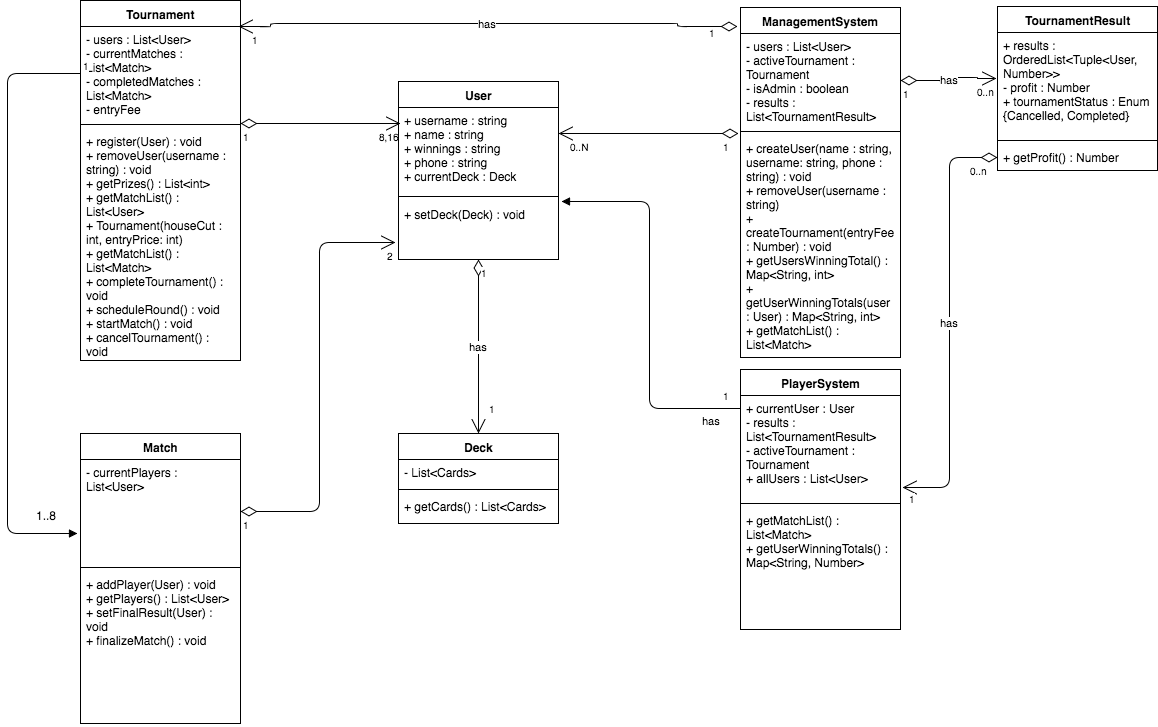
Above: GroupProject/Docs/images/UML_class_diagram.png in ethanchu/Android-App-for-E-gaming-Tournaments-Management-System (draw.io), before the change. Source tidied: cells renumbered, new cells last; positions are measured from the earlier drawing's top-left corner, leaving out a move shared by most shapes.
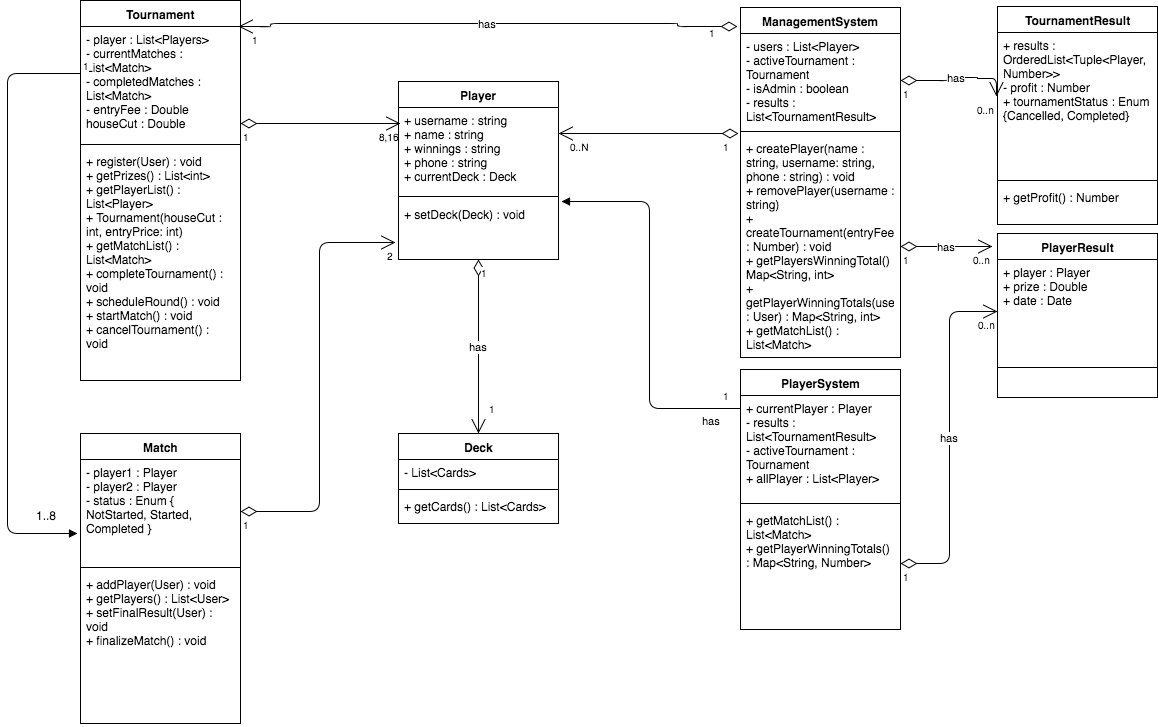
The same file after the commit.

Commit message:
Update class diagram

Diff of the diagram source:
```diff
@@ -2,7 +2,7 @@
   <root>
     <mxCell id="0" style="html=1;" />
     <mxCell id="1" style="html=1;" parent="0" />
-    <mxCell id="2" value="User" style="swimlane;html=1;fontStyle=1;align=center;verticalAlign=top;horizontal=1;startSize=26;swimlaneFillColor=#ffffff;" parent="1" vertex="1">
+    <mxCell id="2" value="Player" style="swimlane;html=1;fontStyle=1;align=center;verticalAlign=top;horizontal=1;startSize=26;swimlaneFillColor=#ffffff;" parent="1" vertex="1">
       <mxGeometry x="391" y="81" width="160" height="178" as="geometry" />
     </mxCell>
     <mxCell id="3" value="+ username : string&lt;div&gt;+ name : string&lt;/div&gt;&lt;div&gt;+ winnings : string&lt;/div&gt;&lt;div&gt;+ phone : string&lt;/div&gt;&lt;div&gt;+ currentDeck : Deck&lt;/div&gt;" style="text;html=1;strokeColor=none;fillColor=none;align=left;verticalAlign=top;spacingLeft=4;spacingRight=4;whiteSpace=wrap;overflow=hidden;" parent="2" vertex="1">
@@ -15,16 +15,16 @@
       <mxGeometry y="120" width="160" height="58" as="geometry" />
     </mxCell>
     <mxCell id="6" value="Tournament" style="swimlane;html=1;fontStyle=1;align=center;verticalAlign=top;horizontal=1;startSize=26;swimlaneFillColor=#ffffff;" parent="1" vertex="1">
-      <mxGeometry x="73" width="160" height="360" as="geometry" />
+      <mxGeometry x="73" width="160" height="380" as="geometry" />
     </mxCell>
-    <mxCell id="7" value="&lt;div&gt;- users : List&amp;lt;User&amp;gt;&lt;/div&gt;&lt;div&gt;- currentMatches : List&amp;lt;Match&amp;gt;&lt;/div&gt;&lt;div&gt;- completedMatches : List&amp;lt;Match&amp;gt;&lt;/div&gt;&lt;div&gt;- entryFee&lt;/div&gt;" style="text;html=1;strokeColor=none;fillColor=none;align=left;verticalAlign=top;spacingLeft=4;spacingRight=4;whiteSpace=wrap;overflow=hidden;points=[[0,0.5],[1,0.5]];portConstraint=eastwest;" parent="6" vertex="1">
-      <mxGeometry y="26" width="160" height="94" as="geometry" />
+    <mxCell id="7" value="&lt;div&gt;- player : List&amp;lt;Players&amp;gt;&lt;/div&gt;&lt;div&gt;- currentMatches : List&amp;lt;Match&amp;gt;&lt;/div&gt;&lt;div&gt;- completedMatches : List&amp;lt;Match&amp;gt;&lt;/div&gt;&lt;div&gt;- entryFee : Double&lt;/div&gt;&lt;div&gt;houseCut : Double&lt;/div&gt;" style="text;html=1;strokeColor=none;fillColor=none;align=left;verticalAlign=top;spacingLeft=4;spacingRight=4;whiteSpace=wrap;overflow=hidden;points=[[0,0.5],[1,0.5]];portConstraint=eastwest;" parent="6" vertex="1">
+      <mxGeometry y="26" width="160" height="114" as="geometry" />
     </mxCell>
     <mxCell id="8" style="line;html=1;strokeWidth=1;fillColor=none;align=left;verticalAlign=middle;spacingTop=-1;spacingLeft=3;spacingRight=3;labelPosition=right;" parent="6" vertex="1">
-      <mxGeometry y="120" width="160" height="8" as="geometry" />
+      <mxGeometry y="140" width="160" height="8" as="geometry" />
     </mxCell>
-    <mxCell id="9" value="+ register(User) : void&lt;div&gt;+ removeUser(username : string) : void&lt;br&gt;&lt;div&gt;+ getPrizes() : List&amp;lt;int&amp;gt;&lt;/div&gt;&lt;div&gt;+ getMatchList() : List&amp;lt;User&amp;gt;&lt;/div&gt;&lt;div&gt;+ Tournament(houseCut : int, entryPrice: int)&lt;/div&gt;&lt;div&gt;+ getMatchList() : List&amp;lt;Match&amp;gt;&lt;/div&gt;&lt;div&gt;+ completeTournament() : void&lt;/div&gt;&lt;/div&gt;&lt;div&gt;+ scheduleRound() : void&lt;/div&gt;&lt;div&gt;&lt;div&gt;+ startMatch() : void&lt;/div&gt;&lt;/div&gt;&lt;div&gt;+ cancelTournament() : void&lt;/div&gt;&lt;div&gt;&lt;br&gt;&lt;/div&gt;" style="text;html=1;strokeColor=none;fillColor=none;align=left;verticalAlign=top;spacingLeft=4;spacingRight=4;whiteSpace=wrap;overflow=hidden;" parent="6" vertex="1">
-      <mxGeometry y="128" width="160" height="232" as="geometry" />
+    <mxCell id="9" value="+ register(User) : void&lt;div&gt;&lt;div&gt;+ getPrizes() : List&amp;lt;int&amp;gt;&lt;/div&gt;&lt;div&gt;+ getPlayerList() : List&amp;lt;Player&amp;gt;&lt;/div&gt;&lt;div&gt;+ Tournament(houseCut : int, entryPrice: int)&lt;/div&gt;&lt;div&gt;+ getMatchList() : List&amp;lt;Match&amp;gt;&lt;/div&gt;&lt;div&gt;+ completeTournament() : void&lt;/div&gt;&lt;/div&gt;&lt;div&gt;+ scheduleRound() : void&lt;/div&gt;&lt;div&gt;&lt;div&gt;+ startMatch() : void&lt;/div&gt;&lt;/div&gt;&lt;div&gt;+ cancelTournament() : void&lt;/div&gt;&lt;div&gt;&lt;br&gt;&lt;/div&gt;" style="text;html=1;strokeColor=none;fillColor=none;align=left;verticalAlign=top;spacingLeft=4;spacingRight=4;whiteSpace=wrap;overflow=hidden;" parent="6" vertex="1">
+      <mxGeometry y="148" width="160" height="232" as="geometry" />
     </mxCell>
     <mxCell id="10" style="endArrow=open;html=1;endSize=12;startArrow=diamondThin;startSize=14;startFill=0;edgeStyle=orthogonalEdgeStyle;strokeColor=#000000;" parent="1" edge="1">
       <mxGeometry relative="1" as="geometry">
@@ -69,13 +69,13 @@
     <mxCell id="20" value="ManagementSystem" style="swimlane;html=1;fontStyle=1;align=center;verticalAlign=top;horizontal=1;startSize=26;swimlaneFillColor=#ffffff;" parent="1" vertex="1">
       <mxGeometry x="733" y="7" width="160" height="350" as="geometry" />
     </mxCell>
-    <mxCell id="21" value="- users : List&amp;lt;User&amp;gt;&lt;div&gt;- activeTournament : Tournament&lt;/div&gt;&lt;div&gt;- isAdmin : boolean&lt;/div&gt;&lt;div&gt;- results : List&amp;lt;TournamentResult&amp;gt;&lt;/div&gt;" style="text;html=1;strokeColor=none;fillColor=none;align=left;verticalAlign=top;spacingLeft=4;spacingRight=4;whiteSpace=wrap;overflow=hidden;points=[[0,0.5],[1,0.5]];portConstraint=eastwest;" parent="20" vertex="1">
+    <mxCell id="21" value="- users : List&amp;lt;Player&amp;gt;&lt;div&gt;- activeTournament : Tournament&lt;/div&gt;&lt;div&gt;- isAdmin : boolean&lt;/div&gt;&lt;div&gt;- results : List&amp;lt;TournamentResult&amp;gt;&lt;/div&gt;" style="text;html=1;strokeColor=none;fillColor=none;align=left;verticalAlign=top;spacingLeft=4;spacingRight=4;whiteSpace=wrap;overflow=hidden;points=[[0,0.5],[1,0.5]];portConstraint=eastwest;" parent="20" vertex="1">
       <mxGeometry y="26" width="160" height="94" as="geometry" />
     </mxCell>
     <mxCell id="22" style="line;html=1;strokeWidth=1;fillColor=none;align=left;verticalAlign=middle;spacingTop=-1;spacingLeft=3;spacingRight=3;labelPosition=right;" parent="20" vertex="1">
       <mxGeometry y="120" width="160" height="8" as="geometry" />
     </mxCell>
-    <mxCell id="23" value="+ createUser(name : string, username: string, phone : string) : void&lt;div&gt;+ removeUser(username : string)&lt;br&gt;&lt;div&gt;+ createTournament(entryFee : Number) : void&lt;br&gt;&lt;div&gt;+ getUsersWinningTotal() : Map&amp;lt;String, int&amp;gt;&lt;/div&gt;&lt;div&gt;+ getUserWinningTotals(user : User) : Map&amp;lt;String, int&amp;gt;&lt;/div&gt;&lt;div&gt;+ getMatchList() : List&amp;lt;Match&amp;gt;&lt;/div&gt;&lt;/div&gt;&lt;/div&gt;" style="text;html=1;strokeColor=none;fillColor=none;align=left;verticalAlign=top;spacingLeft=4;spacingRight=4;whiteSpace=wrap;overflow=hidden;points=[[0,0.5],[1,0.5]];portConstraint=eastwest;" parent="20" vertex="1">
+    <mxCell id="23" value="+ createPlayer(name : string, username: string, phone : string) : void&lt;div&gt;+ removePlayer(username : string)&lt;br&gt;&lt;div&gt;+ createTournament(entryFee : Number) : void&lt;br&gt;&lt;div&gt;+ getPlayersWinningTotal() : Map&amp;lt;String, int&amp;gt;&lt;/div&gt;&lt;div&gt;+ getPlayerWinningTotals(user : User) : Map&amp;lt;String, int&amp;gt;&lt;/div&gt;&lt;div&gt;+ getMatchList() : List&amp;lt;Match&amp;gt;&lt;/div&gt;&lt;/div&gt;&lt;/div&gt;" style="text;html=1;strokeColor=none;fillColor=none;align=left;verticalAlign=top;spacingLeft=4;spacingRight=4;whiteSpace=wrap;overflow=hidden;points=[[0,0.5],[1,0.5]];portConstraint=eastwest;" parent="20" vertex="1">
       <mxGeometry y="128" width="160" height="222" as="geometry" />
     </mxCell>
     <mxCell id="24" style="endArrow=open;html=1;endSize=12;startArrow=diamondThin;startSize=14;startFill=0;edgeStyle=orthogonalEdgeStyle;strokeColor=#000000;" parent="1" edge="1">
@@ -121,7 +121,7 @@
     <mxCell id="30" value="Match" style="swimlane;html=1;fontStyle=1;align=center;verticalAlign=top;horizontal=1;startSize=26;swimlaneFillColor=#ffffff;" parent="1" vertex="1">
       <mxGeometry x="73" y="433" width="160" height="290" as="geometry" />
     </mxCell>
-    <mxCell id="31" value="- currentPlayers : List&amp;lt;User&amp;gt;" style="text;html=1;strokeColor=none;fillColor=none;align=left;verticalAlign=top;spacingLeft=4;spacingRight=4;whiteSpace=wrap;overflow=hidden;points=[[0,0.5],[1,0.5]];portConstraint=eastwest;" parent="30" vertex="1">
+    <mxCell id="31" value="- player1 : Player&lt;div&gt;- player2 : Player&lt;/div&gt;&lt;div&gt;- status : Enum { NotStarted, Started, Completed }&lt;/div&gt;" style="text;html=1;strokeColor=none;fillColor=none;align=left;verticalAlign=top;spacingLeft=4;spacingRight=4;whiteSpace=wrap;overflow=hidden;points=[[0,0.5],[1,0.5]];portConstraint=eastwest;" parent="30" vertex="1">
       <mxGeometry y="26" width="160" height="104" as="geometry" />
     </mxCell>
     <mxCell id="32" style="line;html=1;strokeWidth=1;fillColor=none;align=left;verticalAlign=middle;spacingTop=-1;spacingLeft=3;spacingRight=3;labelPosition=right;" parent="30" vertex="1">
@@ -133,13 +133,13 @@
     <mxCell id="34" value="PlayerSystem" style="swimlane;html=1;fontStyle=1;align=center;verticalAlign=top;horizontal=1;startSize=26;swimlaneFillColor=#ffffff;" parent="1" vertex="1">
       <mxGeometry x="733" y="369" width="160" height="260" as="geometry" />
     </mxCell>
-    <mxCell id="35" value="+ currentUser : User&lt;div&gt;- results : List&amp;lt;TournamentResult&amp;gt;&lt;br&gt;&lt;div&gt;&lt;div&gt;- activeTournament : Tournament&lt;/div&gt;&lt;/div&gt;&lt;div&gt;+ allUsers : List&amp;lt;User&amp;gt;&lt;/div&gt;&lt;div&gt;&lt;br&gt;&lt;/div&gt;&lt;/div&gt;" style="text;html=1;strokeColor=none;fillColor=none;align=left;verticalAlign=top;spacingLeft=4;spacingRight=4;whiteSpace=wrap;overflow=hidden;points=[[0,0.5],[1,0.5]];portConstraint=eastwest;" parent="34" vertex="1">
+    <mxCell id="35" value="+ currentPlayer : Player&lt;div&gt;- results : List&amp;lt;TournamentResult&amp;gt;&lt;br&gt;&lt;div&gt;&lt;div&gt;- activeTournament : Tournament&lt;/div&gt;&lt;/div&gt;&lt;div&gt;+ allPlayer : List&amp;lt;Player&amp;gt;&lt;/div&gt;&lt;div&gt;&lt;br&gt;&lt;/div&gt;&lt;/div&gt;" style="text;html=1;strokeColor=none;fillColor=none;align=left;verticalAlign=top;spacingLeft=4;spacingRight=4;whiteSpace=wrap;overflow=hidden;points=[[0,0.5],[1,0.5]];portConstraint=eastwest;" parent="34" vertex="1">
       <mxGeometry y="26" width="160" height="104" as="geometry" />
     </mxCell>
     <mxCell id="36" style="line;html=1;strokeWidth=1;fillColor=none;align=left;verticalAlign=middle;spacingTop=-1;spacingLeft=3;spacingRight=3;labelPosition=right;" parent="34" vertex="1">
       <mxGeometry y="130" width="160" height="8" as="geometry" />
     </mxCell>
-    <mxCell id="37" value="&lt;div&gt;+ getMatchList() : List&amp;lt;Match&amp;gt;&lt;br&gt;&lt;/div&gt;&lt;div&gt;+ getUserWinningTotals() : Map&amp;lt;String, Number&amp;gt;&lt;/div&gt;" style="text;html=1;strokeColor=none;fillColor=none;align=left;verticalAlign=top;spacingLeft=4;spacingRight=4;whiteSpace=wrap;overflow=hidden;points=[[0,0.5],[1,0.5]];portConstraint=eastwest;" parent="34" vertex="1">
+    <mxCell id="37" value="&lt;div&gt;+ getMatchList() : List&amp;lt;Match&amp;gt;&lt;br&gt;&lt;/div&gt;&lt;div&gt;+ getPlayerWinningTotals() : Map&amp;lt;String, Number&amp;gt;&lt;/div&gt;" style="text;html=1;strokeColor=none;fillColor=none;align=left;verticalAlign=top;spacingLeft=4;spacingRight=4;whiteSpace=wrap;overflow=hidden;points=[[0,0.5],[1,0.5]];portConstraint=eastwest;" parent="34" vertex="1">
       <mxGeometry y="138" width="160" height="112" as="geometry" />
     </mxCell>
     <mxCell id="38" value="has" style="endArrow=block;endFill=1;html=1;edgeStyle=orthogonalEdgeStyle;align=left;verticalAlign=top;strokeColor=#000000;entryX=1.019;entryY=0.119;entryPerimeter=0;" parent="1" edge="1" source="35">
@@ -157,16 +157,16 @@
       </mxGeometry>
     </mxCell>
     <mxCell id="40" value="TournamentResult" style="swimlane;html=1;fontStyle=1;align=center;verticalAlign=top;horizontal=1;startSize=26;swimlaneFillColor=#ffffff;" parent="1" vertex="1">
-      <mxGeometry x="990" y="6" width="160" height="164" as="geometry" />
+      <mxGeometry x="990" y="6" width="160" height="218" as="geometry" />
     </mxCell>
-    <mxCell id="41" value="+ results : OrderedList&amp;lt;Tuple&amp;lt;User, Number&amp;gt;&amp;gt;&lt;div&gt;- profit : Number&lt;/div&gt;&lt;div&gt;+ tournamentStatus : Enum {Cancelled, Completed}&lt;/div&gt;" style="text;html=1;strokeColor=none;fillColor=none;align=left;verticalAlign=top;spacingLeft=4;spacingRight=4;whiteSpace=wrap;overflow=hidden;points=[[0,0.5],[1,0.5]];portConstraint=eastwest;" parent="40" vertex="1">
-      <mxGeometry y="26" width="160" height="104" as="geometry" />
+    <mxCell id="41" value="+ results : OrderedList&amp;lt;Tuple&amp;lt;Player, Number&amp;gt;&amp;gt;&lt;div&gt;- profit : Number&lt;/div&gt;&lt;div&gt;+ tournamentStatus : Enum {Cancelled, Completed}&lt;/div&gt;" style="text;html=1;strokeColor=none;fillColor=none;align=left;verticalAlign=top;spacingLeft=4;spacingRight=4;whiteSpace=wrap;overflow=hidden;points=[[0,0.5],[1,0.5]];portConstraint=eastwest;" parent="40" vertex="1">
+      <mxGeometry y="26" width="160" height="144" as="geometry" />
     </mxCell>
     <mxCell id="42" style="line;html=1;strokeWidth=1;fillColor=none;align=left;verticalAlign=middle;spacingTop=-1;spacingLeft=3;spacingRight=3;labelPosition=right;" parent="40" vertex="1">
-      <mxGeometry y="130" width="160" height="8" as="geometry" />
+      <mxGeometry y="170" width="160" height="8" as="geometry" />
     </mxCell>
     <mxCell id="43" value="+ getProfit() : Number" style="text;html=1;strokeColor=none;fillColor=none;align=left;verticalAlign=top;spacingLeft=4;spacingRight=4;whiteSpace=wrap;overflow=hidden;points=[[0,0.5],[1,0.5]];portConstraint=eastwest;" parent="40" vertex="1">
-      <mxGeometry y="138" width="160" height="26" as="geometry" />
+      <mxGeometry y="178" width="160" height="40" as="geometry" />
     </mxCell>
     <mxCell id="44" value="has" style="endArrow=open;html=1;endSize=12;startArrow=diamondThin;startSize=14;startFill=0;edgeStyle=orthogonalEdgeStyle;strokeColor=#000000;entryX=-0.006;entryY=0.442;entryPerimeter=0;" parent="1" edge="1" source="21" target="41">
       <mxGeometry relative="1" as="geometry">
@@ -214,23 +214,37 @@
     <mxCell id="52" value="2" style="html=1;align=right;verticalAlign=top;labelBackgroundColor=#ffffff;fontSize=10;" parent="50" vertex="1">
       <mxGeometry x="1" relative="1" as="geometry" />
     </mxCell>
-    <mxCell id="53" value="has" style="endArrow=open;html=1;endSize=12;startArrow=diamondThin;startSize=14;startFill=0;edgeStyle=orthogonalEdgeStyle;strokeColor=#000000;entryX=1.013;entryY=0.885;entryPerimeter=0;" parent="1" edge="1" source="43" target="35">
-      <mxGeometry relative="1" as="geometry">
-        <Array as="points">
-          <mxPoint x="942" y="157" />
-          <mxPoint x="942" y="487" />
-        </Array>
-      </mxGeometry>
-    </mxCell>
-    <mxCell id="54" value="0..n" style="html=1;align=left;verticalAlign=top;labelBackgroundColor=#ffffff;fontSize=10;" parent="53" vertex="1">
-      <mxGeometry x="-1" relative="1" as="geometry">
-        <mxPoint x="-30" as="offset" />
-      </mxGeometry>
-    </mxCell>
-    <mxCell id="55" value="1" style="html=1;align=right;verticalAlign=top;labelBackgroundColor=#ffffff;fontSize=10;" parent="53" vertex="1">
-      <mxGeometry x="1" relative="1" as="geometry">
-        <mxPoint x="15" y="-2" as="offset" />
-      </mxGeometry>
-    </mxCell>
+    <mxCell id="56" value="PlayerResult" style="swimlane;html=1;fontStyle=1;align=center;verticalAlign=top;horizontal=1;startSize=26;swimlaneFillColor=#ffffff;" parent="1" vertex="1">
+      <mxGeometry x="990" y="233" width="160" height="164" as="geometry" />
+    </mxCell>
+    <mxCell id="57" value="+ player : Player&lt;div&gt;+ prize : Double&lt;/div&gt;&lt;div&gt;+ date : Date&lt;/div&gt;" style="text;html=1;strokeColor=none;fillColor=none;align=left;verticalAlign=top;spacingLeft=4;spacingRight=4;whiteSpace=wrap;overflow=hidden;points=[[0,0.5],[1,0.5]];portConstraint=eastwest;" parent="56" vertex="1">
+      <mxGeometry y="26" width="160" height="104" as="geometry" />
+    </mxCell>
+    <mxCell id="58" style="line;html=1;strokeWidth=1;fillColor=none;align=left;verticalAlign=middle;spacingTop=-1;spacingLeft=3;spacingRight=3;labelPosition=right;" parent="56" vertex="1">
+      <mxGeometry y="130" width="160" height="8" as="geometry" />
+    </mxCell>
+    <mxCell id="59" value="has" style="endArrow=open;html=1;endSize=12;startArrow=diamondThin;startSize=14;startFill=0;edgeStyle=orthogonalEdgeStyle;entryX=0;entryY=0.5;" parent="1" edge="1" source="37" target="57">
+      <mxGeometry relative="1" as="geometry">
+        <Array as="points">
+          <mxPoint x="942" y="563" />
+          <mxPoint x="942" y="311" />
+        </Array>
+      </mxGeometry>
+    </mxCell>
+    <mxCell id="60" value="1" style="html=1;align=left;verticalAlign=top;labelBackgroundColor=#ffffff;fontSize=10;" parent="59" vertex="1">
+      <mxGeometry x="-1" relative="1" as="geometry" />
+    </mxCell>
+    <mxCell id="61" value="0..n" style="html=1;align=right;verticalAlign=top;labelBackgroundColor=#ffffff;fontSize=10;" parent="59" vertex="1">
+      <mxGeometry x="1" relative="1" as="geometry" />
+    </mxCell>
+    <mxCell id="62" value="has" style="endArrow=open;html=1;endSize=12;startArrow=diamondThin;startSize=14;startFill=0;edgeStyle=orthogonalEdgeStyle;entryX=-0.031;entryY=0.079;entryPerimeter=0;" parent="1" edge="1" source="23" target="56">
+      <mxGeometry relative="1" as="geometry" />
+    </mxCell>
+    <mxCell id="63" value="1" style="html=1;align=left;verticalAlign=top;labelBackgroundColor=#ffffff;fontSize=10;" parent="62" vertex="1">
+      <mxGeometry x="-1" relative="1" as="geometry" />
+    </mxCell>
+    <mxCell id="64" value="0..n" style="html=1;align=right;verticalAlign=top;labelBackgroundColor=#ffffff;fontSize=10;" parent="62" vertex="1">
+      <mxGeometry x="1" relative="1" as="geometry" />
+    </mxCell>
   </root>
 </mxGraphModel>
```
